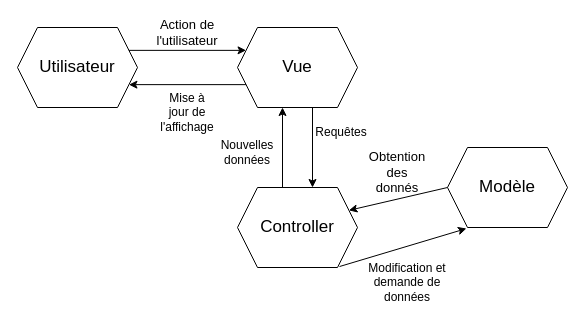
Earlier version of the draw.io diagram MVC.drawio (BMaurice56/Tamagotchi). Source tidied: cells renumbered, new cells numbered last; positions are measured from the earlier drawing's top-left corner, leaving out a move shared by most shapes. Both pictures are drawn from the tidied source at 100%, with x=0, y=0 at pixel (17, 17).
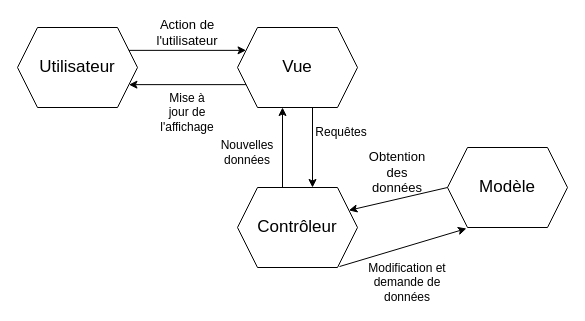
The same page after the edit.

Commit message (it also covers changes not shown here):
Mettre à jour MVC.drawio

What changed in the source:
```diff
@@
 <mxGraphModel>
   <root>
     <mxCell id="0" />
     <mxCell id="1" parent="0" />
     <mxCell id="2" value="&lt;font style=&quot;font-size: 17px;&quot;&gt;Utilisateur&lt;/font&gt;" style="shape=hexagon;perimeter=hexagonPerimeter2;whiteSpace=wrap;html=1;fixedSize=1;" parent="1" vertex="1">
       <mxGeometry y="10" width="120" height="80" as="geometry" />
     </mxCell>
     <mxCell id="3" value="&lt;font style=&quot;font-size: 17px;&quot;&gt;Vue&lt;/font&gt;" style="shape=hexagon;perimeter=hexagonPerimeter2;whiteSpace=wrap;html=1;fixedSize=1;" parent="1" vertex="1">
       <mxGeometry x="220" y="10" width="120" height="80" as="geometry" />
     </mxCell>
-    <mxCell id="4" value="&lt;font style=&quot;font-size: 17px;&quot;&gt;Controller&lt;/font&gt;" style="shape=hexagon;perimeter=hexagonPerimeter2;whiteSpace=wrap;html=1;fixedSize=1;" parent="1" vertex="1">
+    <mxCell id="4" value="&lt;font style=&quot;font-size: 17px;&quot;&gt;Contrôleur&lt;/font&gt;" style="shape=hexagon;perimeter=hexagonPerimeter2;whiteSpace=wrap;html=1;fixedSize=1;" parent="1" vertex="1">
       <mxGeometry x="220" y="170" width="120" height="80" as="geometry" />
     </mxCell>
     <mxCell id="5" value="&lt;font style=&quot;font-size: 17px;&quot;&gt;Modèle&lt;/font&gt;" style="shape=hexagon;perimeter=hexagonPerimeter2;whiteSpace=wrap;html=1;fixedSize=1;" parent="1" vertex="1">
       <mxGeometry x="430" y="130" width="120" height="80" as="geometry" />
     </mxCell>
     <mxCell id="6" style="endArrow=classic;html=1;rounded=0;exitX=1;exitY=0.25;exitDx=0;exitDy=0;entryX=0;entryY=0.25;entryDx=0;entryDy=0;" parent="1" edge="1" source="2" target="3">
       <mxGeometry relative="1" as="geometry" />
     </mxCell>
     <mxCell id="7" style="endArrow=classic;html=1;rounded=0;exitX=0;exitY=0.75;exitDx=0;exitDy=0;entryX=1;entryY=0.75;entryDx=0;entryDy=0;" parent="1" edge="1" source="3" target="2">
       <mxGeometry relative="1" as="geometry" />
     </mxCell>
     <mxCell id="8" style="endArrow=classic;html=1;rounded=0;exitX=0.375;exitY=0;exitDx=0;exitDy=0;entryX=0.375;entryY=1;entryDx=0;entryDy=0;" parent="1" edge="1">
       <mxGeometry relative="1" as="geometry">
         <mxPoint x="265" y="170" as="sourcePoint" />
         <mxPoint x="265" y="90" as="targetPoint" />
       </mxGeometry>
     </mxCell>
     <mxCell id="9" style="endArrow=classic;html=1;rounded=0;exitX=0.625;exitY=1;exitDx=0;exitDy=0;entryX=0.625;entryY=0;entryDx=0;entryDy=0;" parent="1" edge="1" source="3" target="4">
       <mxGeometry relative="1" as="geometry" />
     </mxCell>
     <mxCell id="10" style="endArrow=classic;html=1;rounded=0;exitX=0.85;exitY=0.988;exitDx=0;exitDy=0;entryX=0.158;entryY=1.013;entryDx=0;entryDy=0;entryPerimeter=0;exitPerimeter=0;" parent="1" edge="1" source="4" target="5">
       <mxGeometry relative="1" as="geometry" />
     </mxCell>
     <mxCell id="11" style="endArrow=classic;html=1;rounded=0;entryX=1;entryY=0.25;entryDx=0;entryDy=0;exitX=0;exitY=0.5;exitDx=0;exitDy=0;" parent="1" edge="1" source="5" target="4">
       <mxGeometry relative="1" as="geometry" />
     </mxCell>
     <mxCell id="12" value="&lt;div style=&quot;font-size: 13px;&quot;&gt;&lt;font style=&quot;font-size: 13px;&quot;&gt;Action de &lt;br&gt;&lt;/font&gt;&lt;/div&gt;&lt;div style=&quot;font-size: 13px;&quot;&gt;&lt;font style=&quot;font-size: 13px;&quot;&gt;l'utilisateur&lt;font style=&quot;font-size: 13px;&quot;&gt;&lt;br&gt;&lt;/font&gt;&lt;/font&gt;&lt;/div&gt;" style="text;html=1;strokeColor=none;fillColor=none;align=center;verticalAlign=middle;whiteSpace=wrap;rounded=0;" parent="1" vertex="1">
       <mxGeometry x="140" width="60" height="30" as="geometry" />
     </mxCell>
     <mxCell id="13" value="Mise à jour de l'affichage" style="text;html=1;strokeColor=none;fillColor=none;align=center;verticalAlign=middle;whiteSpace=wrap;rounded=0;" parent="1" vertex="1">
       <mxGeometry x="140" y="80" width="60" height="30" as="geometry" />
     </mxCell>
     <mxCell id="14" value="Nouvelles données" style="text;html=1;strokeColor=none;fillColor=none;align=center;verticalAlign=middle;whiteSpace=wrap;rounded=0;" parent="1" vertex="1">
       <mxGeometry x="200" y="120" width="60" height="30" as="geometry" />
     </mxCell>
-    <mxCell id="15" value="&lt;font style=&quot;font-size: 13px;&quot;&gt;Obtention des donnés&lt;br&gt;&lt;/font&gt;" style="text;html=1;strokeColor=none;fillColor=none;align=center;verticalAlign=middle;whiteSpace=wrap;rounded=0;" parent="1" vertex="1">
+    <mxCell id="15" value="&lt;font style=&quot;font-size: 13px;&quot;&gt;Obtention des données&lt;br&gt;&lt;/font&gt;" style="text;html=1;strokeColor=none;fillColor=none;align=center;verticalAlign=middle;whiteSpace=wrap;rounded=0;" parent="1" vertex="1">
       <mxGeometry x="350" y="140" width="60" height="30" as="geometry" />
     </mxCell>
     <mxCell id="16" value="Modification et demande de données" style="text;html=1;strokeColor=none;fillColor=none;align=center;verticalAlign=middle;whiteSpace=wrap;rounded=0;" parent="1" vertex="1">
       <mxGeometry x="350" y="250" width="80" height="30" as="geometry" />
     </mxCell>
     <mxCell id="17" value="Requêtes" style="text;html=1;strokeColor=none;fillColor=none;align=center;verticalAlign=middle;whiteSpace=wrap;rounded=0;" parent="1" vertex="1">
       <mxGeometry x="294" y="100" width="60" height="30" as="geometry" />
     </mxCell>
   </root>
 </mxGraphModel>
```
